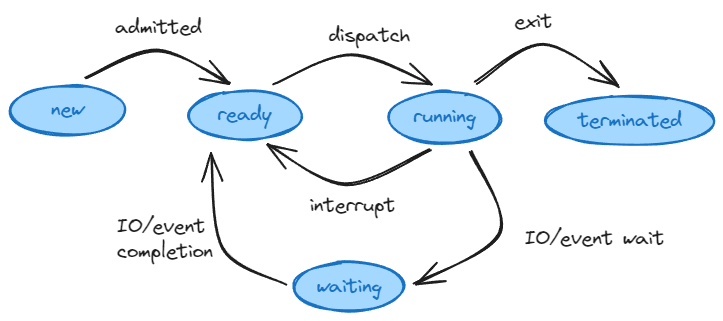
This is src/assets/os/process-status.excalidraw.png from WkndNite/WkndNite-Tech, a Excalidraw export, as it was before one commit. Source tidied: one line per element, renumbered; positions are measured from the earlier drawing's top-left corner, leaving out a move shared by most shapes.
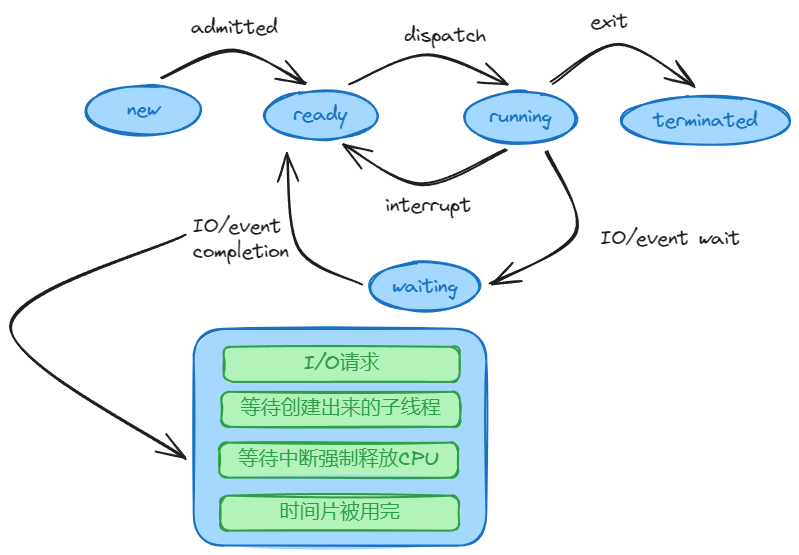
After the change.

Commit message:
feat(os,docs): enhance process scheduling and communication details

Change to the diagram source:
```diff
@@ -20,3 +20,13 @@
 {"id": 19, "type": "text", "text": "IO/event\ncompletion", "strokeColor": "#1e1e1e", "backgroundColor": "#a5d8ff", "fillStyle": "solid", "strokeWidth": 2, "roughness": 1, "fontSize": 20, "fontFamily": 1, "x": 107, "y": 205, "width": 96, "height": 50}
 {"id": 20, "type": "arrow", "strokeColor": "#1e1e1e", "backgroundColor": "#a5d8ff", "fillStyle": "solid", "strokeWidth": 2, "roughness": 1, "endArrowhead": "arrow", "round": true, "from": 4, "to": 8, "x": 465, "y": 72, "width": 144, "height": 41, "points": [[0, 0], [68, -37], [144, 4]]}
 {"id": 21, "type": "text", "text": "exit", "strokeColor": "#1e1e1e", "backgroundColor": "#a5d8ff", "fillStyle": "solid", "strokeWidth": 2, "roughness": 1, "fontSize": 20, "fontFamily": 1, "x": 504, "y": 0, "width": 38, "height": 25}
+{"id": 22, "type": "arrow", "strokeColor": "#1e1e1e", "strokeWidth": 2, "roughness": 1, "endArrowhead": "arrow", "round": true, "from": 19, "to": 23, "x": 99, "y": 226, "width": 175, "height": 222, "points": [[0, 0], [-173, 91], [1, 222]]}
+{"id": 23, "type": "rectangle", "strokeColor": "#1971c2", "backgroundColor": "#a5d8ff", "fillStyle": "solid", "strokeWidth": 2, "roughness": 1, "round": true, "x": 108, "y": 319, "width": 293, "height": 217}
+{"id": 24, "type": "rectangle", "strokeColor": "#2f9e44", "backgroundColor": "#b2f2bb", "fillStyle": "solid", "strokeWidth": 2, "roughness": 1, "round": true, "x": 138, "y": 337, "width": 236, "height": 35}
+{"id": 25, "type": "text", "text": "I/O请求", "strokeColor": "#2f9e44", "backgroundColor": "#b2f2bb", "fillStyle": "solid", "strokeWidth": 2, "roughness": 1, "fontSize": 20, "fontFamily": 1, "textAlign": "center", "verticalAlign": "middle", "inside": 24, "x": 218, "y": 342, "width": 75, "height": 25}
+{"id": 26, "type": "rectangle", "strokeColor": "#2f9e44", "backgroundColor": "#b2f2bb", "fillStyle": "solid", "strokeWidth": 2, "roughness": 1, "round": true, "x": 135, "y": 382, "width": 239, "height": 35}
+{"id": 27, "type": "text", "text": "等待创建出来的子线程", "strokeColor": "#2f9e44", "backgroundColor": "#b2f2bb", "fillStyle": "solid", "strokeWidth": 2, "roughness": 1, "fontSize": 20, "fontFamily": 1, "textAlign": "center", "verticalAlign": "middle", "inside": 26, "x": 155, "y": 387, "width": 200, "height": 25}
+{"id": 28, "type": "rectangle", "strokeColor": "#2f9e44", "backgroundColor": "#b2f2bb", "fillStyle": "solid", "strokeWidth": 2, "roughness": 1, "round": true, "x": 133, "y": 433, "width": 239, "height": 35}
+{"id": 29, "type": "text", "text": "等待中断强制释放CPU", "strokeColor": "#2f9e44", "backgroundColor": "#b2f2bb", "fillStyle": "solid", "strokeWidth": 2, "roughness": 1, "fontSize": 20, "fontFamily": 1, "textAlign": "center", "verticalAlign": "middle", "inside": 28, "x": 153, "y": 438, "width": 200, "height": 25}
+{"id": 30, "type": "rectangle", "strokeColor": "#2f9e44", "backgroundColor": "#b2f2bb", "fillStyle": "solid", "strokeWidth": 2, "roughness": 1, "round": true, "x": 134, "y": 486, "width": 239, "height": 35}
+{"id": 31, "type": "text", "text": "时间片被用完", "strokeColor": "#2f9e44", "backgroundColor": "#b2f2bb", "fillStyle": "solid", "strokeWidth": 2, "roughness": 1, "fontSize": 20, "fontFamily": 1, "textAlign": "center", "verticalAlign": "middle", "inside": 30, "x": 194, "y": 491, "width": 120, "height": 25}
```
